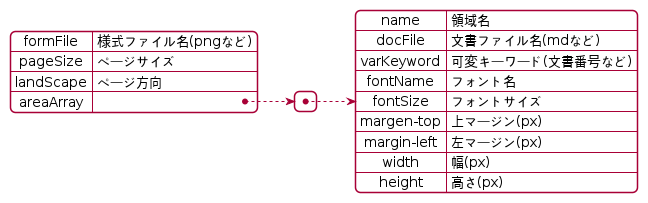
This is fig/fig2.png from HelicobacterPylori/makeRuledLineDoc, a PlantUML export, as it was before one commit. Its diagram source:
```plantuml
@startjson fig2
{
    "formFile":"様式ファイル名(pngなど)",
    "pageSize": "ページサイズ",
    "landScape" : "ページ方向",
    "areaArray" :
    [
        {
            "name": "領域名",
            "docFile": "文書ファイル名(mdなど)",
            "varKeyword": "可変キーワード(文書番号など)",
            "fontName": "フォント名",
            "fontSize": "フォントサイズ",
            "margen-top": "上マージン(px)",
            "margin-left" : "左マージン(px)",
            "width" : "幅(px)",
            "height" : "高さ(px)"
        }
    ]
}
@endjson
```
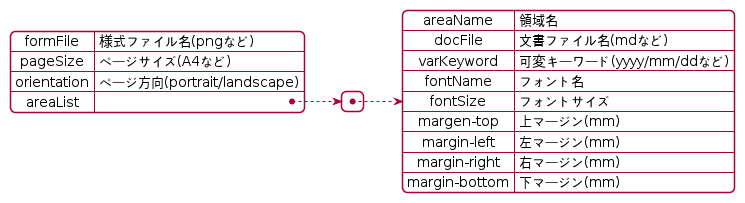
Above is the later version.

What changed in the source:
```diff
@@ -1,20 +1,20 @@
 @startjson fig2
 {
     "formFile":"様式ファイル名(pngなど)",
-    "pageSize": "ページサイズ",
-    "landScape" : "ページ方向",
-    "areaArray" :
+    "pageSize": "ページサイズ(A4など)",
+    "orientation" : "ページ方向(portrait/landscape)",
+    "areaList" :
     [
         {
-            "name": "領域名",
+            "areaName": "領域名",
             "docFile": "文書ファイル名(mdなど)",
-            "varKeyword": "可変キーワード(文書番号など)",
+            "varKeyword": "可変キーワード(yyyy/mm/ddなど)",
             "fontName": "フォント名",
             "fontSize": "フォントサイズ",
-            "margen-top": "上マージン(px)",
-            "margin-left" : "左マージン(px)",
-            "width" : "幅(px)",
-            "height" : "高さ(px)"
+            "margen-top": "上マージン(mm)",
+            "margin-left" : "左マージン(mm)",
+            "margin-right" : "右マージン(mm)",
+            "margin-bottom" : "下マージン(mm)"
         }
     ]
 }
```
